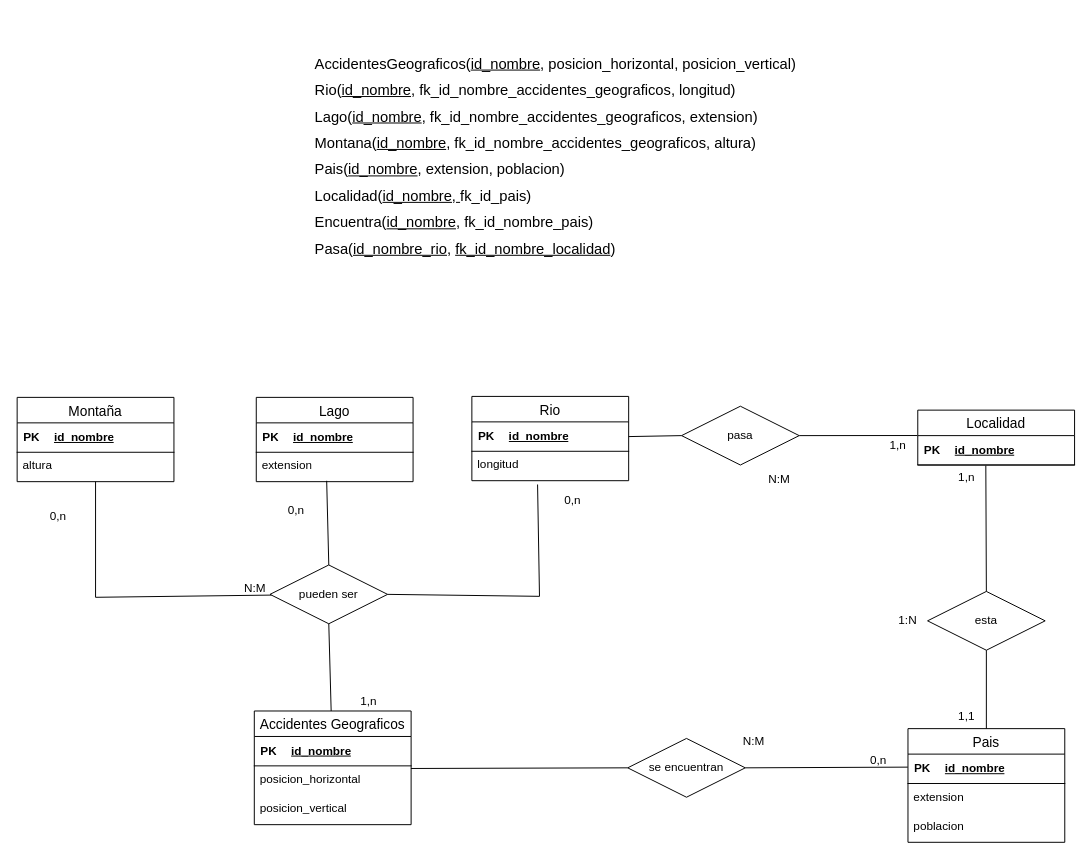
Before: Ejercicio11.drawio in Daninuro/diagrames-cvf-dn-mpl-n-11102023, a draw.io diagram. Source tidied: cells renumbered, new cells numbered last; positions are measured from the earlier drawing's top-left corner, leaving out a move shared by most shapes. Both pictures are drawn from the tidied source at 98%, with x=0, y=0 at pixel (17, 17).
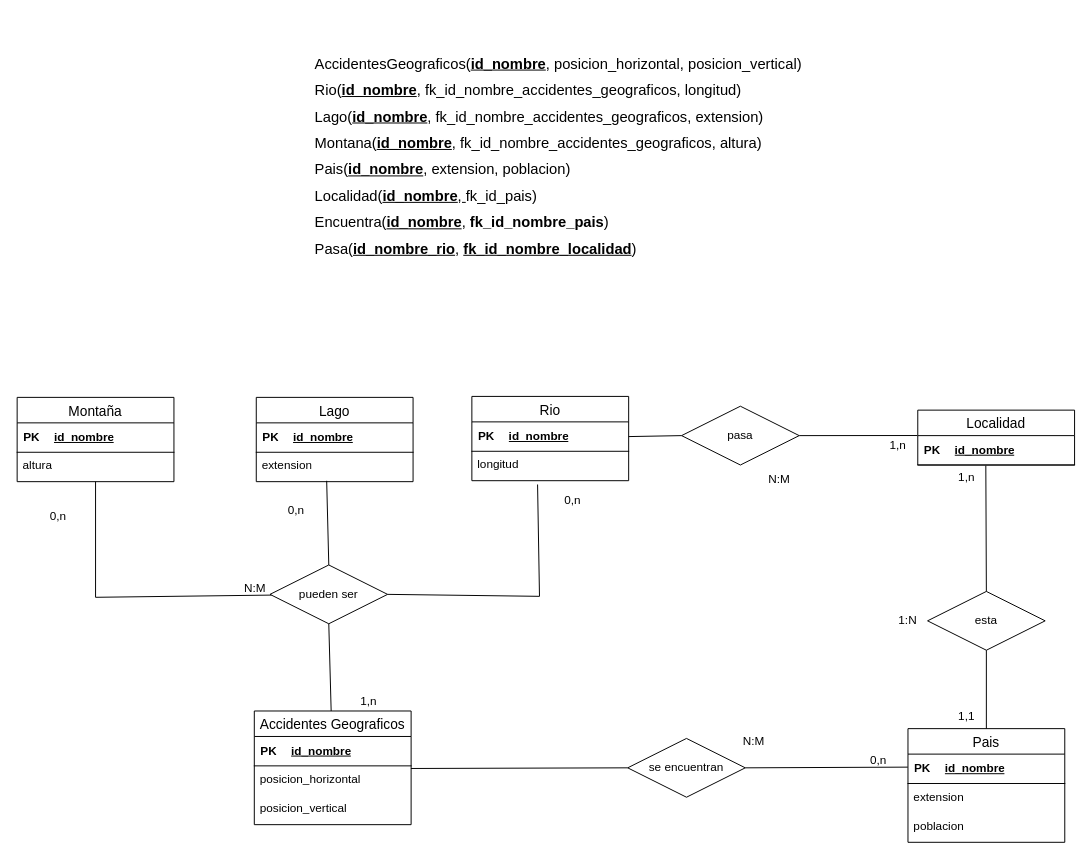
Above is the later version.

What changed in the source:
```diff
@@
-    <mxCell id="38" value="&lt;div style=&quot;text-align: justify; line-height: 180%; font-size: 15px;&quot;&gt;&lt;font style=&quot;font-size: 15px;&quot;&gt;&lt;span style=&quot;background-color: initial;&quot;&gt;AccidentesGeograficos(&lt;/span&gt;&lt;u style=&quot;background-color: initial;&quot;&gt;id_nombre&lt;/u&gt;&lt;span style=&quot;background-color: initial;&quot;&gt;, posicion_horizontal, posicion_vertical)&lt;/span&gt;&lt;/font&gt;&lt;/div&gt;&lt;div style=&quot;text-align: justify; line-height: 180%; font-size: 15px;&quot;&gt;&lt;font style=&quot;font-size: 15px;&quot;&gt;&lt;span style=&quot;background-color: initial;&quot;&gt;Rio(&lt;/span&gt;&lt;u style=&quot;background-color: initial;&quot;&gt;id_nombre&lt;/u&gt;,&amp;nbsp;&lt;/font&gt;&lt;span style=&quot;background-color: initial;&quot;&gt;fk_id_nombre_accidentes_geograficos,&amp;nbsp;&lt;/span&gt;&lt;span style=&quot;background-color: initial;&quot;&gt;longitud)&lt;/span&gt;&lt;/div&gt;&lt;div style=&quot;text-align: justify; line-height: 180%; font-size: 15px;&quot;&gt;&lt;font style=&quot;font-size: 15px;&quot;&gt;&lt;span style=&quot;background-color: initial;&quot;&gt;Lago(&lt;/span&gt;&lt;u style=&quot;background-color: initial;&quot;&gt;id_nombre&lt;/u&gt;,&amp;nbsp;&lt;/font&gt;&lt;span style=&quot;background-color: initial;&quot;&gt;fk_id_nombre_accidentes_geograficos&lt;/span&gt;&lt;span style=&quot;background-color: initial;&quot;&gt;, extension)&lt;/span&gt;&lt;/div&gt;&lt;div style=&quot;text-align: justify; line-height: 180%; font-size: 15px;&quot;&gt;&lt;font style=&quot;font-size: 15px;&quot;&gt;&lt;span style=&quot;background-color: initial;&quot;&gt;Montana(&lt;/span&gt;&lt;u style=&quot;background-color: initial;&quot;&gt;id_nombre&lt;/u&gt;,&amp;nbsp;&lt;/font&gt;&lt;span style=&quot;background-color: initial;&quot;&gt;fk_id_nombre_accidentes_geograficos,&amp;nbsp;&lt;/span&gt;&lt;span style=&quot;background-color: initial;&quot;&gt;altura)&lt;/span&gt;&lt;/div&gt;&lt;div style=&quot;text-align: justify; line-height: 180%; font-size: 15px;&quot;&gt;&lt;font style=&quot;font-size: 15px;&quot;&gt;&lt;span style=&quot;background-color: initial;&quot;&gt;Pais(&lt;/span&gt;&lt;u style=&quot;background-color: initial;&quot;&gt;id_nombre&lt;/u&gt;&lt;span style=&quot;background-color: initial;&quot;&gt;, extension, poblacion)&lt;/span&gt;&lt;/font&gt;&lt;/div&gt;&lt;div style=&quot;text-align: justify; line-height: 180%; font-size: 15px;&quot;&gt;&lt;font style=&quot;font-size: 15px;&quot;&gt;Localidad(&lt;u style=&quot;border-color: var(--border-color); background-color: initial;&quot;&gt;id_nombre, &lt;/u&gt;&lt;span style=&quot;border-color: var(--border-color); background-color: initial;&quot;&gt;fk_id_pais&lt;/span&gt;&lt;span style=&quot;border-color: var(--border-color); background-color: initial;&quot;&gt;)&lt;/span&gt;&lt;span style=&quot;background-color: initial;&quot;&gt;&lt;br&gt;&lt;/span&gt;&lt;/font&gt;&lt;/div&gt;&lt;div style=&quot;text-align: justify; line-height: 180%; font-size: 15px;&quot;&gt;&lt;font style=&quot;font-size: 15px;&quot;&gt;&lt;span style=&quot;background-color: initial;&quot;&gt;Encuentra(&lt;/span&gt;&lt;u style=&quot;background-color: initial;&quot;&gt;id_nombre&lt;/u&gt;&lt;span style=&quot;background-color: initial;&quot;&gt;, fk_id_nombre_pais)&lt;/span&gt;&lt;/font&gt;&lt;/div&gt;&lt;div style=&quot;text-align: justify; line-height: 180%; font-size: 15px;&quot;&gt;&lt;font style=&quot;font-size: 15px;&quot;&gt;Pasa(&lt;u style=&quot;border-color: var(--border-color); background-color: initial;&quot;&gt;id_nombre_rio&lt;/u&gt;&lt;span style=&quot;border-color: var(--border-color); background-color: initial;&quot;&gt;,&amp;nbsp;&lt;u style=&quot;border-color: var(--border-color);&quot;&gt;fk_id_nombre_localidad&lt;/u&gt;)&lt;/span&gt;&lt;span style=&quot;background-color: initial;&quot;&gt;&lt;br&gt;&lt;/span&gt;&lt;/font&gt;&lt;/div&gt;" style="text;html=1;strokeColor=none;fillColor=none;align=left;verticalAlign=middle;whiteSpace=wrap;rounded=0;" parent="1" vertex="1">
+    <mxCell id="38" value="&lt;div style=&quot;text-align: justify; line-height: 180%; font-size: 15px;&quot;&gt;&lt;font style=&quot;font-size: 15px;&quot;&gt;&lt;span style=&quot;background-color: initial;&quot;&gt;AccidentesGeograficos(&lt;/span&gt;&lt;u style=&quot;background-color: initial;&quot;&gt;&lt;b&gt;id_nombre&lt;/b&gt;&lt;/u&gt;&lt;span style=&quot;background-color: initial;&quot;&gt;, posicion_horizontal, posicion_vertical)&lt;/span&gt;&lt;/font&gt;&lt;/div&gt;&lt;div style=&quot;text-align: justify; line-height: 180%; font-size: 15px;&quot;&gt;&lt;font style=&quot;font-size: 15px;&quot;&gt;&lt;span style=&quot;background-color: initial;&quot;&gt;Rio(&lt;/span&gt;&lt;u style=&quot;background-color: initial;&quot;&gt;&lt;b&gt;id_nombre&lt;/b&gt;&lt;/u&gt;,&amp;nbsp;&lt;/font&gt;&lt;span style=&quot;background-color: initial;&quot;&gt;fk_id_nombre_accidentes_geograficos,&amp;nbsp;&lt;/span&gt;&lt;span style=&quot;background-color: initial;&quot;&gt;longitud)&lt;/span&gt;&lt;/div&gt;&lt;div style=&quot;text-align: justify; line-height: 180%; font-size: 15px;&quot;&gt;&lt;font style=&quot;font-size: 15px;&quot;&gt;&lt;span style=&quot;background-color: initial;&quot;&gt;Lago(&lt;/span&gt;&lt;u style=&quot;background-color: initial;&quot;&gt;&lt;b&gt;id_nombre&lt;/b&gt;&lt;/u&gt;,&amp;nbsp;&lt;/font&gt;&lt;span style=&quot;background-color: initial;&quot;&gt;fk_id_nombre_accidentes_geograficos&lt;/span&gt;&lt;span style=&quot;background-color: initial;&quot;&gt;, extension)&lt;/span&gt;&lt;/div&gt;&lt;div style=&quot;text-align: justify; line-height: 180%; font-size: 15px;&quot;&gt;&lt;font style=&quot;font-size: 15px;&quot;&gt;&lt;span style=&quot;background-color: initial;&quot;&gt;Montana(&lt;/span&gt;&lt;u style=&quot;background-color: initial;&quot;&gt;&lt;b&gt;id_nombre&lt;/b&gt;&lt;/u&gt;,&amp;nbsp;&lt;/font&gt;&lt;span style=&quot;background-color: initial;&quot;&gt;fk_id_nombre_accidentes_geograficos,&amp;nbsp;&lt;/span&gt;&lt;span style=&quot;background-color: initial;&quot;&gt;altura)&lt;/span&gt;&lt;/div&gt;&lt;div style=&quot;text-align: justify; line-height: 180%; font-size: 15px;&quot;&gt;&lt;font style=&quot;font-size: 15px;&quot;&gt;&lt;span style=&quot;background-color: initial;&quot;&gt;Pais(&lt;/span&gt;&lt;u style=&quot;background-color: initial;&quot;&gt;&lt;b&gt;id_nombre&lt;/b&gt;&lt;/u&gt;&lt;span style=&quot;background-color: initial;&quot;&gt;, extension, poblacion)&lt;/span&gt;&lt;/font&gt;&lt;/div&gt;&lt;div style=&quot;text-align: justify; line-height: 180%; font-size: 15px;&quot;&gt;&lt;font style=&quot;font-size: 15px;&quot;&gt;Localidad(&lt;u style=&quot;border-color: var(--border-color); background-color: initial;&quot;&gt;&lt;b&gt;id_nombre&lt;/b&gt;, &lt;/u&gt;&lt;span style=&quot;border-color: var(--border-color); background-color: initial;&quot;&gt;fk_id_pais&lt;/span&gt;&lt;span style=&quot;border-color: var(--border-color); background-color: initial;&quot;&gt;)&lt;/span&gt;&lt;span style=&quot;background-color: initial;&quot;&gt;&lt;br&gt;&lt;/span&gt;&lt;/font&gt;&lt;/div&gt;&lt;div style=&quot;text-align: justify; line-height: 180%; font-size: 15px;&quot;&gt;&lt;font style=&quot;font-size: 15px;&quot;&gt;&lt;span style=&quot;background-color: initial;&quot;&gt;Encuentra(&lt;/span&gt;&lt;u style=&quot;background-color: initial;&quot;&gt;&lt;b&gt;id_nombre&lt;/b&gt;&lt;/u&gt;&lt;span style=&quot;background-color: initial;&quot;&gt;, &lt;b&gt;fk_id_nombre_pais&lt;/b&gt;)&lt;/span&gt;&lt;/font&gt;&lt;/div&gt;&lt;div style=&quot;text-align: justify; line-height: 180%; font-size: 15px;&quot;&gt;&lt;font style=&quot;font-size: 15px;&quot;&gt;Pasa(&lt;u style=&quot;border-color: var(--border-color); background-color: initial;&quot;&gt;&lt;b&gt;id_nombre_rio&lt;/b&gt;&lt;/u&gt;&lt;span style=&quot;border-color: var(--border-color); background-color: initial;&quot;&gt;,&amp;nbsp;&lt;u style=&quot;border-color: var(--border-color);&quot;&gt;&lt;b&gt;fk_id_nombre_localidad&lt;/b&gt;&lt;/u&gt;)&lt;/span&gt;&lt;span style=&quot;background-color: initial;&quot;&gt;&lt;br&gt;&lt;/span&gt;&lt;/font&gt;&lt;/div&gt;" style="text;html=1;strokeColor=none;fillColor=none;align=left;verticalAlign=middle;whiteSpace=wrap;rounded=0;" parent="1" vertex="1">
       <mxGeometry x="302" width="645" height="281" as="geometry" />
     </mxCell>
```
